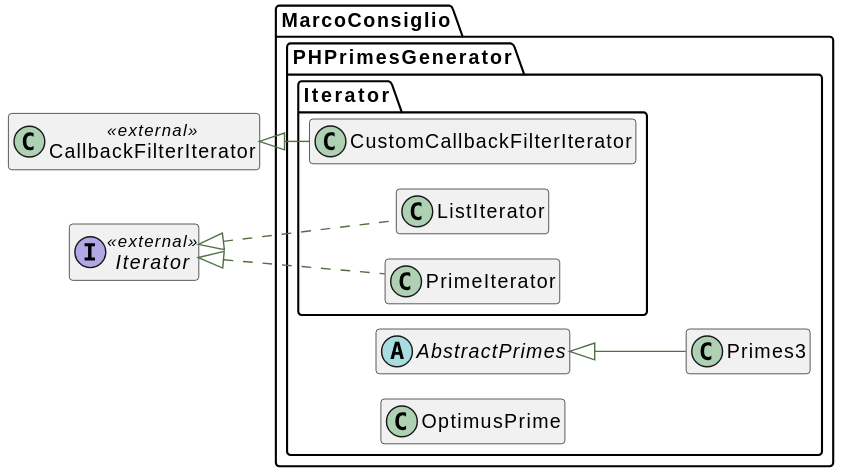
The PlantUML diagram docs/html/graphs/classes.svg in MarcoConsiglio/phprimes-generator, before a commit.
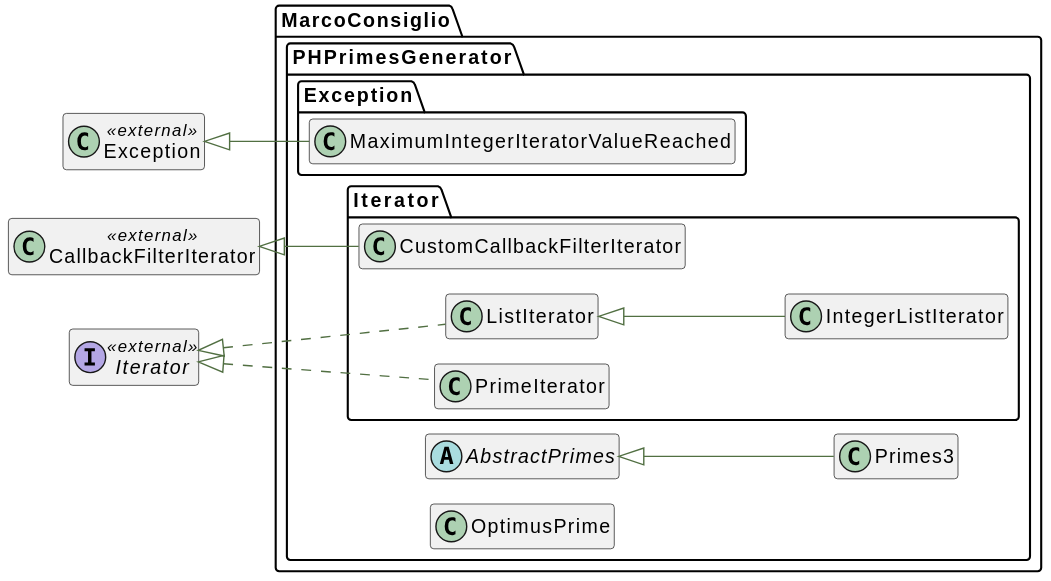
The same diagram one commit later.

Diff of the diagram source:
```diff
@@ -25,6 +25,12 @@
      class "Primes3" as Primes3__class   extends \\MarcoConsiglio\\PHPrimesGenerator\\AbstractPrimes__class  {
     }
 }
+class "Exception" as Exception__class << external >>{
+}
+namespace MarcoConsiglio\\PHPrimesGenerator\\Exception {
+     class "MaximumIntegerIteratorValueReached" as MaximumIntegerIteratorValueReached__class   extends \\Exception__class  {
+    }
+}
 class "CallbackFilterIterator" as CallbackFilterIterator__class << external >>{
 }
 namespace MarcoConsiglio\\PHPrimesGenerator\\Iterator {
@@ -38,6 +44,10 @@
     }
 }
 namespace MarcoConsiglio\\PHPrimesGenerator\\Iterator {
+     class "IntegerListIterator" as IntegerListIterator__class   extends \\MarcoConsiglio\\PHPrimesGenerator\\Iterator\\ListIterator__class  {
+    }
+}
+namespace MarcoConsiglio\\PHPrimesGenerator\\Iterator {
      class "PrimeIterator" as PrimeIterator__class    implements \\Iterator__class {
     }
 }
```
